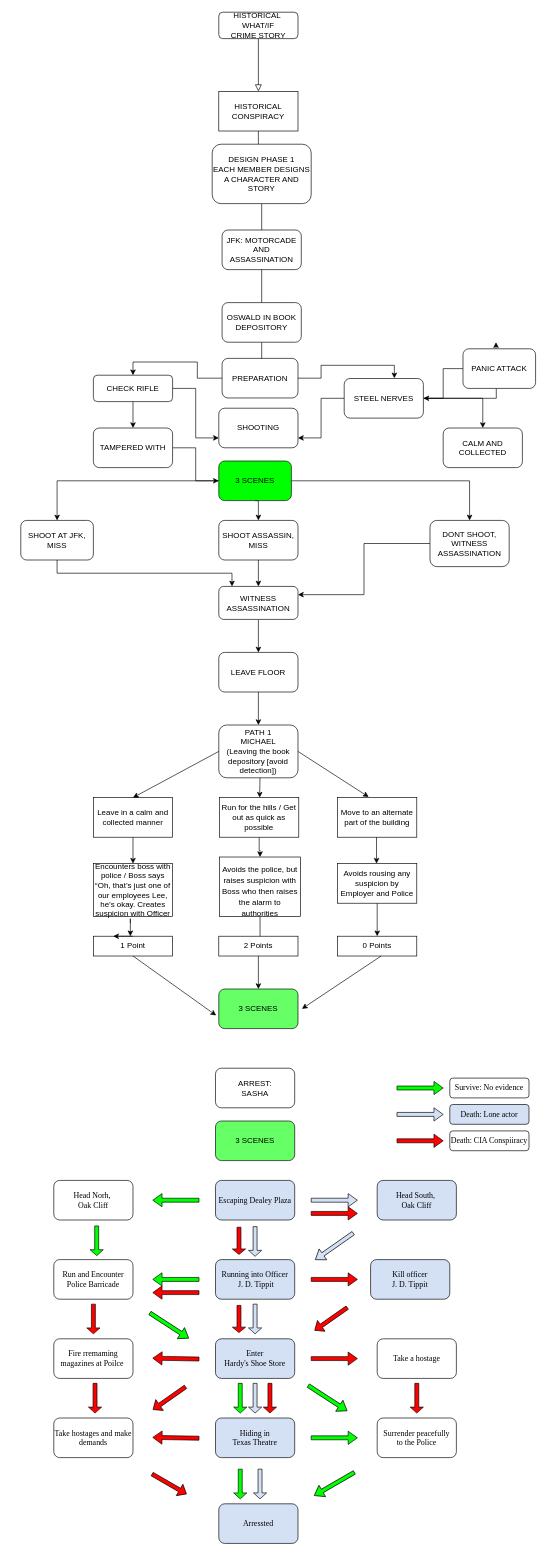
This is Untitled Diagram.drawio from bottack/CN-text-game, a draw.io file, before an edit. Source tidied: cells renumbered, new cells numbered last; positions are measured from the earlier drawing's top-left corner, leaving out a move shared by most shapes. Both pictures are drawn from the tidied source at 66%, with x=0, y=0 at pixel (20, 12).
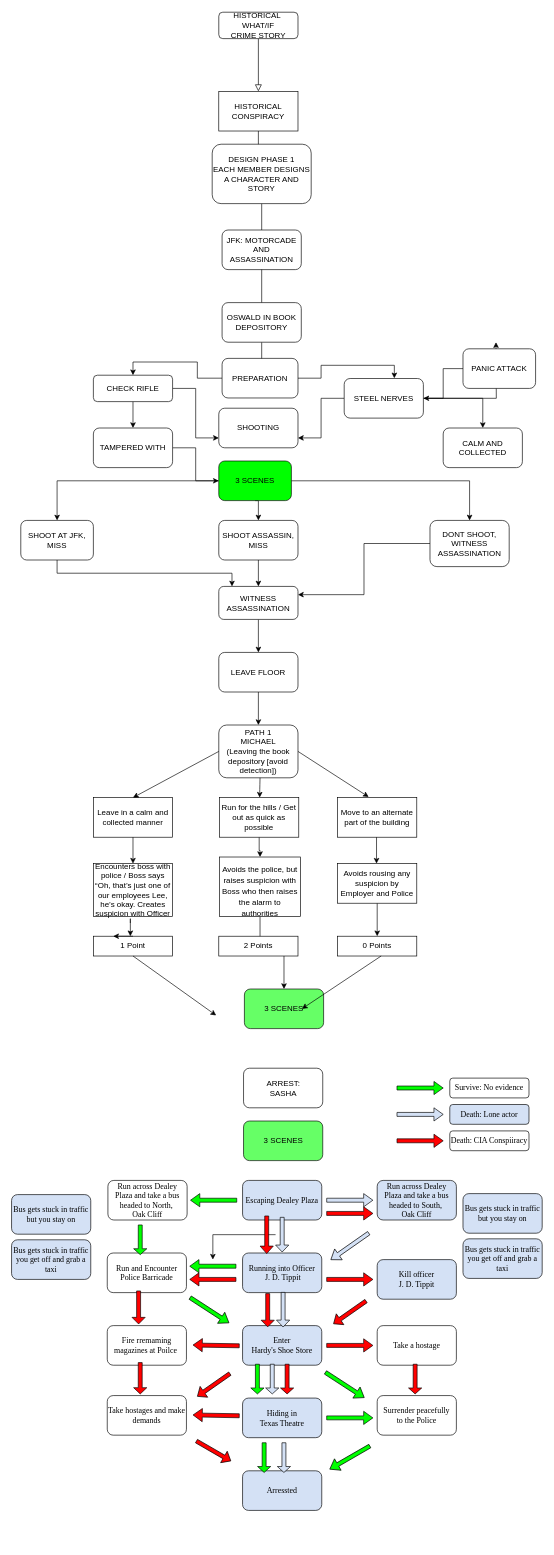
The same page after the edit.

What changed in the source:
```diff
@@
     <mxCell id="16" value="ARREST:&lt;br&gt;SASHA" style="rounded=1;whiteSpace=wrap;html=1;" parent="1" vertex="1">
-      <mxGeometry x="295" y="1600" width="120" height="60" as="geometry" />
+      <mxGeometry x="337.5" y="1600" width="120" height="60" as="geometry" />
     </mxCell>
@@
     <mxCell id="21" value="3 SCENES" style="rounded=1;whiteSpace=wrap;html=1;fillColor=#66FF66;" parent="1" vertex="1">
-      <mxGeometry x="295" y="1680" width="120" height="60" as="geometry" />
+      <mxGeometry x="337.5" y="1680" width="120" height="60" as="geometry" />
     </mxCell>
     <mxCell id="22" value="3 SCENES" style="rounded=1;whiteSpace=wrap;html=1;fillColor=#66FF66;" parent="1" vertex="1">
-      <mxGeometry x="300" y="1480" width="120" height="60" as="geometry" />
+      <mxGeometry x="338.8" y="1480" width="120" height="60" as="geometry" />
     </mxCell>
@@
     <mxCell id="53" value="Escaping Dealey Plaza" style="rounded=1;whiteSpace=wrap;html=1;fontFamily=Times New Roman;fillColor=#D4E1F5;" parent="1" vertex="1">
-      <mxGeometry x="295" y="1770" width="120" height="60" as="geometry" />
+      <mxGeometry x="336" y="1770" width="120" height="60" as="geometry" />
     </mxCell>
@@
     <mxCell id="55" value="Running into Officer &lt;br&gt;&amp;nbsp;J. D. Tippit" style="rounded=1;whiteSpace=wrap;html=1;fontFamily=Times New Roman;labelBorderColor=none;fillColor=#D4E1F5;" parent="1" vertex="1">
-      <mxGeometry x="295" y="1890" width="120" height="60" as="geometry" />
+      <mxGeometry x="336" y="1880" width="120" height="60" as="geometry" />
     </mxCell>
@@
-    <mxCell id="57" value="Head South,&amp;nbsp;&lt;br&gt;Oak Cliff" style="rounded=1;whiteSpace=wrap;html=1;fontFamily=Times New Roman;fillColor=#D4E1F5;" parent="1" vertex="1">
+    <mxCell id="57" value="Run across Dealey Plaza and take a bus headed to South,&amp;nbsp;&lt;br&gt;Oak Cliff" style="rounded=1;whiteSpace=wrap;html=1;fontFamily=Times New Roman;fillColor=#D4E1F5;" parent="1" vertex="1">
       <mxGeometry x="540" y="1770" width="120" height="60" as="geometry" />
     </mxCell>
@@
-    <mxCell id="59" value="Head Norh,&amp;nbsp;&lt;br&gt;Oak Cliff" style="rounded=1;whiteSpace=wrap;html=1;fontFamily=Times New Roman;" parent="1" vertex="1">
-      <mxGeometry x="50" y="1770" width="120" height="60" as="geometry" />
+    <mxCell id="59" value="Run across Dealey Plaza and take a bus headed to North,&amp;nbsp;&lt;br&gt;Oak Cliff" style="rounded=1;whiteSpace=wrap;html=1;fontFamily=Times New Roman;" parent="1" vertex="1">
+      <mxGeometry x="132" y="1770" width="120" height="60" as="geometry" />
     </mxCell>
     <mxCell id="60" value="Kill officer &lt;br&gt;J. D. Tippit" style="rounded=1;whiteSpace=wrap;html=1;fontFamily=Times New Roman;fillColor=#D4E1F5;" parent="1" vertex="1">
-      <mxGeometry x="530" y="1890" width="120" height="60" as="geometry" />
+      <mxGeometry x="540" y="1890" width="120" height="60" as="geometry" />
     </mxCell>
@@
     <mxCell id="62" value="Run and Encounter Police Barricade" style="rounded=1;whiteSpace=wrap;html=1;fontFamily=Times New Roman;" parent="1" vertex="1">
-      <mxGeometry x="50" y="1890" width="120" height="60" as="geometry" />
+      <mxGeometry x="131" y="1880" width="120" height="60" as="geometry" />
     </mxCell>
     <mxCell id="63" value="Hiding in &lt;br&gt;Texas Theatre" style="rounded=1;whiteSpace=wrap;html=1;fontFamily=Times New Roman;fillColor=#D4E1F5;" parent="1" vertex="1">
-      <mxGeometry x="295" y="2130" width="120" height="60" as="geometry" />
+      <mxGeometry x="336" y="2099.8" width="120" height="60" as="geometry" />
     </mxCell>
     <mxCell id="64" value="Enter&lt;br&gt;Hardy's Shoe Store" style="rounded=1;whiteSpace=wrap;html=1;fontFamily=Times New Roman;fillColor=#D4E1F5;" parent="1" vertex="1">
-      <mxGeometry x="295" y="2010" width="120" height="60" as="geometry" />
+      <mxGeometry x="336" y="1990" width="120" height="60" as="geometry" />
     </mxCell>
     <mxCell id="65" value="Take a hostage" style="rounded=1;whiteSpace=wrap;html=1;fontFamily=Times New Roman;" parent="1" vertex="1">
-      <mxGeometry x="540" y="2010" width="120" height="60" as="geometry" />
+      <mxGeometry x="540" y="1990" width="120" height="60" as="geometry" />
     </mxCell>
     <mxCell id="66" value="Fire rremaming &lt;br&gt;magazines at Poilce&amp;nbsp;" style="rounded=1;whiteSpace=wrap;html=1;fontFamily=Times New Roman;" parent="1" vertex="1">
-      <mxGeometry x="50" y="2010" width="120" height="60" as="geometry" />
+      <mxGeometry x="131" y="1990" width="120" height="60" as="geometry" />
     </mxCell>
     <mxCell id="67" value="Arressted" style="rounded=1;whiteSpace=wrap;html=1;fontFamily=Times New Roman;fillColor=#D4E1F5;" parent="1" vertex="1">
-      <mxGeometry x="300" y="2260" width="120" height="60" as="geometry" />
+      <mxGeometry x="336" y="2210" width="120" height="60" as="geometry" />
     </mxCell>
     <mxCell id="68" value="Surrender peacefully&lt;br&gt;to the Police" style="rounded=1;whiteSpace=wrap;html=1;fontFamily=Times New Roman;" parent="1" vertex="1">
-      <mxGeometry x="540" y="2130" width="120" height="60" as="geometry" />
+      <mxGeometry x="540" y="2096" width="120" height="60" as="geometry" />
     </mxCell>
     <mxCell id="69" value="Take hostages and make demands" style="rounded=1;whiteSpace=wrap;html=1;fontFamily=Times New Roman;" parent="1" vertex="1">
-      <mxGeometry x="50" y="2130" width="120" height="60" as="geometry" />
+      <mxGeometry x="131" y="2096" width="120" height="60" as="geometry" />
     </mxCell>
     <mxCell id="70" style="shape=singleArrow;whiteSpace=wrap;html=1;fontFamily=Times New Roman;fillColor=#D4E1F5;" parent="1" vertex="1">
-      <mxGeometry x="440" y="1790" width="70" height="20" as="geometry" />
+      <mxGeometry x="463.5" y="1790" width="70" height="20" as="geometry" />
     </mxCell>
     <mxCell id="71" style="shape=singleArrow;whiteSpace=wrap;html=1;fontFamily=Times New Roman;fillColor=#D4E1F5;rotation=-215;" parent="1" vertex="1">
-      <mxGeometry x="440" y="1860" width="70" height="20" as="geometry" />
+      <mxGeometry x="463.5" y="1860" width="70" height="20" as="geometry" />
     </mxCell>
+    <mxCell id="119" style="edgeStyle=orthogonalEdgeStyle;rounded=0;jettySize=auto;html=1;" parent="1" edge="1" source="72" target="87">
+      <mxGeometry relative="1" as="geometry" />
+    </mxCell>
     <mxCell id="72" style="shape=singleArrow;whiteSpace=wrap;html=1;fontFamily=Times New Roman;fillColor=#D4E1F5;rotation=90;" parent="1" vertex="1">
-      <mxGeometry x="332.5" y="1852.5" width="45" height="20" as="geometry" />
+      <mxGeometry x="369.8" y="1842.2" width="52.5" height="20" as="geometry" />
     </mxCell>
-    <mxCell id="73" style="shape=singleArrow;whiteSpace=wrap;html=1;fontFamily=Times New Roman;fillColor=#D4E1F5;rotation=90;" parent="1" vertex="1">
-      <mxGeometry x="332.5" y="1970" width="45" height="20" as="geometry" />
-    </mxCell>
     <mxCell id="74" style="shape=singleArrow;whiteSpace=wrap;html=1;fontFamily=Times New Roman;fillColor=#D4E1F5;rotation=90;" parent="1" vertex="1">
-      <mxGeometry x="332.5" y="2090" width="45" height="20" as="geometry" />
+      <mxGeometry x="358.5" y="2061" width="45" height="20" as="geometry" />
     </mxCell>
     <mxCell id="75" style="shape=singleArrow;whiteSpace=wrap;html=1;fontFamily=Times New Roman;fillColor=#D4E1F5;rotation=90;" parent="1" vertex="1">
-      <mxGeometry x="340" y="2220" width="45" height="20" as="geometry" />
+      <mxGeometry x="376.2" y="2180" width="45" height="20" as="geometry" />
     </mxCell>
     <mxCell id="76" style="shape=singleArrow;whiteSpace=wrap;html=1;fontFamily=Times New Roman;fillColor=#FF0000;rotation=-179;" parent="1" vertex="1">
-      <mxGeometry x="200" y="2030" width="70" height="20" as="geometry" />
+      <mxGeometry x="261" y="2010" width="70" height="20" as="geometry" />
     </mxCell>
     <mxCell id="77" style="shape=singleArrow;whiteSpace=wrap;html=1;fontFamily=Times New Roman;fillColor=#FF0000;rotation=90;" parent="1" vertex="1">
-      <mxGeometry x="90" y="2090" width="45" height="20" as="geometry" />
+      <mxGeometry x="157.2" y="2059.8" width="47.5" height="20" as="geometry" />
     </mxCell>
     <mxCell id="78" style="shape=singleArrow;whiteSpace=wrap;html=1;fontFamily=Times New Roman;fillColor=#FF0000;" parent="1" vertex="1">
-      <mxGeometry x="440" y="2030" width="70" height="20" as="geometry" />
+      <mxGeometry x="463.5" y="2010" width="70" height="20" as="geometry" />
     </mxCell>
@@
     <mxCell id="85" style="shape=singleArrow;whiteSpace=wrap;html=1;fontFamily=Times New Roman;fillColor=#00FF00;rotation=-180;" parent="1" vertex="1">
-      <mxGeometry x="200" y="1790" width="70" height="20" as="geometry" />
+      <mxGeometry x="257.2" y="1790" width="70" height="20" as="geometry" />
     </mxCell>
     <mxCell id="86" style="shape=singleArrow;whiteSpace=wrap;html=1;fontFamily=Times New Roman;fillColor=#00FF00;rotation=90;" parent="1" vertex="1">
-      <mxGeometry x="92.5" y="1851.5" width="45" height="20" as="geometry" />
+      <mxGeometry x="158.5" y="1850" width="45" height="20" as="geometry" />
     </mxCell>
     <mxCell id="87" style="shape=singleArrow;whiteSpace=wrap;html=1;fontFamily=Times New Roman;fillColor=#00FF00;rotation=-180;" parent="1" vertex="1">
-      <mxGeometry x="200" y="1910" width="70" height="20" as="geometry" />
+      <mxGeometry x="256" y="1890" width="70" height="20" as="geometry" />
     </mxCell>
     <mxCell id="88" style="shape=singleArrow;whiteSpace=wrap;html=1;fontFamily=Times New Roman;fillColor=#00FF00;rotation=0;" parent="1" vertex="1">
-      <mxGeometry x="440" y="2150" width="70" height="20" as="geometry" />
+      <mxGeometry x="463.5" y="2119.8" width="70" height="20" as="geometry" />
     </mxCell>
     <mxCell id="89" style="shape=singleArrow;whiteSpace=wrap;html=1;fontFamily=Times New Roman;fillColor=#00FF00;rotation=33;" parent="1" vertex="1">
-      <mxGeometry x="190" y="1980" width="70" height="20" as="geometry" />
+      <mxGeometry x="251" y="1956.7" width="70" height="20" as="geometry" />
     </mxCell>
     <mxCell id="90" style="shape=singleArrow;whiteSpace=wrap;html=1;fontFamily=Times New Roman;fillColor=#00FF00;rotation=33;" parent="1" vertex="1">
-      <mxGeometry x="430" y="2090" width="70" height="20" as="geometry" />
+      <mxGeometry x="456" y="2070" width="70" height="20" as="geometry" />
     </mxCell>
     <mxCell id="91" style="shape=singleArrow;whiteSpace=wrap;html=1;fontFamily=Times New Roman;fillColor=#00FF00;rotation=-210;" parent="1" vertex="1">
-      <mxGeometry x="440" y="2220" width="70" height="20" as="geometry" />
+      <mxGeometry x="463.5" y="2180" width="70" height="20" as="geometry" />
     </mxCell>
     <mxCell id="92" style="shape=singleArrow;whiteSpace=wrap;html=1;fontFamily=Times New Roman;fillColor=#00FF00;rotation=90;" parent="1" vertex="1">
-      <mxGeometry x="310" y="2090" width="45" height="20" as="geometry" />
+      <mxGeometry x="336" y="2061" width="45" height="20" as="geometry" />
     </mxCell>
     <mxCell id="93" style="shape=singleArrow;whiteSpace=wrap;html=1;fontFamily=Times New Roman;fillColor=#00FF00;rotation=90;" parent="1" vertex="1">
-      <mxGeometry x="310" y="2220" width="45" height="20" as="geometry" />
+      <mxGeometry x="346.2" y="2180" width="45" height="20" as="geometry" />
     </mxCell>
     <mxCell id="94" style="shape=singleArrow;whiteSpace=wrap;html=1;fontFamily=Times New Roman;fillColor=#FF0000;" parent="1" vertex="1">
-      <mxGeometry x="440" y="1810" width="70" height="20" as="geometry" />
+      <mxGeometry x="463.5" y="1810" width="70" height="20" as="geometry" />
     </mxCell>
     <mxCell id="95" style="shape=singleArrow;whiteSpace=wrap;html=1;fontFamily=Times New Roman;fillColor=#FF0000;" parent="1" vertex="1">
-      <mxGeometry x="440" y="1910" width="70" height="20" as="geometry" />
+      <mxGeometry x="463.5" y="1910" width="70" height="20" as="geometry" />
     </mxCell>
     <mxCell id="96" style="shape=singleArrow;whiteSpace=wrap;html=1;fontFamily=Times New Roman;fillColor=#FF0000;rotation=90;" parent="1" vertex="1">
-      <mxGeometry x="310" y="1851.5" width="41.2" height="20" as="geometry" />
+      <mxGeometry x="344.1" y="1842.4" width="57" height="20" as="geometry" />
     </mxCell>
-    <mxCell id="97" style="shape=singleArrow;whiteSpace=wrap;html=1;fontFamily=Times New Roman;fillColor=#FF0000;rotation=90;" parent="1" vertex="1">
-      <mxGeometry x="310" y="1970" width="41.2" height="20" as="geometry" />
-    </mxCell>
     <mxCell id="98" style="shape=singleArrow;whiteSpace=wrap;html=1;fontFamily=Times New Roman;fillColor=#FF0000;rotation=-215;" parent="1" vertex="1">
-      <mxGeometry x="440" y="1970" width="60" height="20" as="geometry" />
+      <mxGeometry x="468.5" y="1960" width="60" height="20" as="geometry" />
     </mxCell>
     <mxCell id="99" style="shape=singleArrow;whiteSpace=wrap;html=1;fontFamily=Times New Roman;fillColor=#FF0000;rotation=-215;" parent="1" vertex="1">
-      <mxGeometry x="195" y="2090" width="60" height="20" as="geometry" />
+      <mxGeometry x="262.2" y="2070" width="60" height="20" as="geometry" />
     </mxCell>
     <mxCell id="100" style="shape=singleArrow;whiteSpace=wrap;html=1;fontFamily=Times New Roman;fillColor=#FF0000;rotation=30;" parent="1" vertex="1">
-      <mxGeometry x="195" y="2220" width="60" height="20" as="geometry" />
+      <mxGeometry x="262.2" y="2170" width="60" height="20" as="geometry" />
     </mxCell>
     <mxCell id="101" style="shape=singleArrow;whiteSpace=wrap;html=1;fontFamily=Times New Roman;fillColor=#FF0000;rotation=90;" parent="1" vertex="1">
-      <mxGeometry x="577.5" y="2090" width="45" height="20" as="geometry" />
+      <mxGeometry x="575" y="2061" width="45" height="20" as="geometry" />
     </mxCell>
     <mxCell id="102" style="shape=singleArrow;whiteSpace=wrap;html=1;fontFamily=Times New Roman;fillColor=#FF0000;rotation=90;" parent="1" vertex="1">
-      <mxGeometry x="355" y="2090" width="45" height="20" as="geometry" />
+      <mxGeometry x="381" y="2061" width="45" height="20" as="geometry" />
     </mxCell>
     <mxCell id="103" style="shape=singleArrow;whiteSpace=wrap;html=1;fontFamily=Times New Roman;fillColor=#FF0000;rotation=-179;" parent="1" vertex="1">
-      <mxGeometry x="200" y="2150" width="70" height="20" as="geometry" />
+      <mxGeometry x="261" y="2116" width="70" height="20" as="geometry" />
     </mxCell>
     <mxCell id="104" style="shape=singleArrow;whiteSpace=wrap;html=1;fontFamily=Times New Roman;fillColor=#FF0000;rotation=90;" parent="1" vertex="1">
-      <mxGeometry x="87.5" y="1970" width="45" height="20" as="geometry" />
+      <mxGeometry x="153.5" y="1952.5" width="50" height="20" as="geometry" />
     </mxCell>
     <mxCell id="105" style="shape=singleArrow;whiteSpace=wrap;html=1;fontFamily=Times New Roman;fillColor=#FF0000;rotation=-180;" parent="1" vertex="1">
-      <mxGeometry x="200" y="1930" width="70" height="20" as="geometry" />
+      <mxGeometry x="256" y="1910" width="70" height="20" as="geometry" />
     </mxCell>
+    <mxCell id="120" value="Bus gets stuck in traffic&lt;br&gt;you get off and grab a taxi" style="rounded=1;whiteSpace=wrap;html=1;fontFamily=Times New Roman;fillColor=#D4E1F5;" parent="1" vertex="1">
+      <mxGeometry x="670" y="1858.5" width="120" height="60" as="geometry" />
+    </mxCell>
@@
+    <mxCell id="121" value="Bus gets stuck in traffic&lt;br&gt;but you stay on" style="rounded=1;whiteSpace=wrap;html=1;fontFamily=Times New Roman;fillColor=#D4E1F5;" parent="1" vertex="1">
+      <mxGeometry x="670" y="1790" width="120" height="60" as="geometry" />
+    </mxCell>
@@
+    <mxCell id="122" value="Bus gets stuck in traffic&lt;br&gt;you get off and grab a taxi" style="rounded=1;whiteSpace=wrap;html=1;fontFamily=Times New Roman;fillColor=#D4E1F5;" parent="1" vertex="1">
+      <mxGeometry x="-14" y="1860" width="120" height="60" as="geometry" />
+    </mxCell>
@@
+    <mxCell id="123" value="Bus gets stuck in traffic&lt;br&gt;but you stay on" style="rounded=1;whiteSpace=wrap;html=1;fontFamily=Times New Roman;fillColor=#D4E1F5;" parent="1" vertex="1">
+      <mxGeometry x="-14" y="1791.5" width="120" height="60" as="geometry" />
+    </mxCell>
@@
+    <mxCell id="124" style="shape=singleArrow;whiteSpace=wrap;html=1;fontFamily=Times New Roman;fillColor=#D4E1F5;rotation=90;" parent="1" vertex="1">
+      <mxGeometry x="371.2" y="1955.9" width="52.5" height="20" as="geometry" />
+    </mxCell>
@@
+    <mxCell id="125" style="shape=singleArrow;whiteSpace=wrap;html=1;fontFamily=Times New Roman;fillColor=#FF0000;rotation=90;" parent="1" vertex="1">
+      <mxGeometry x="348.9" y="1956.7" width="50.4" height="20" as="geometry" />
+    </mxCell>
```
